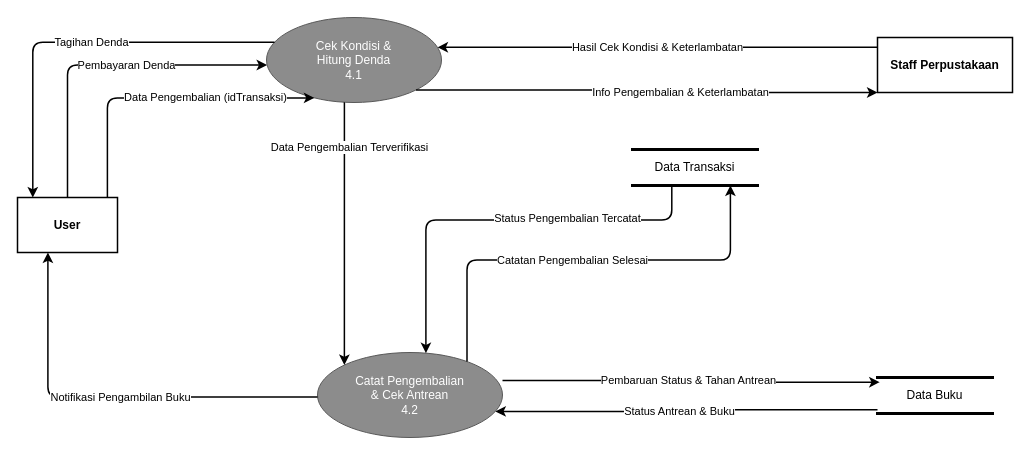
Before: DFD Level 2 — Proses 4.0 (Pengembalian Buku).drawio in ding317/ding317, a draw.io diagram. Source tidied: cells renumbered, new cells numbered last; positions are measured from the earlier drawing's top-left corner, leaving out a move shared by most shapes. Both pictures are drawn from the tidied source at 100%, with x=0, y=0 at pixel (17, 17).
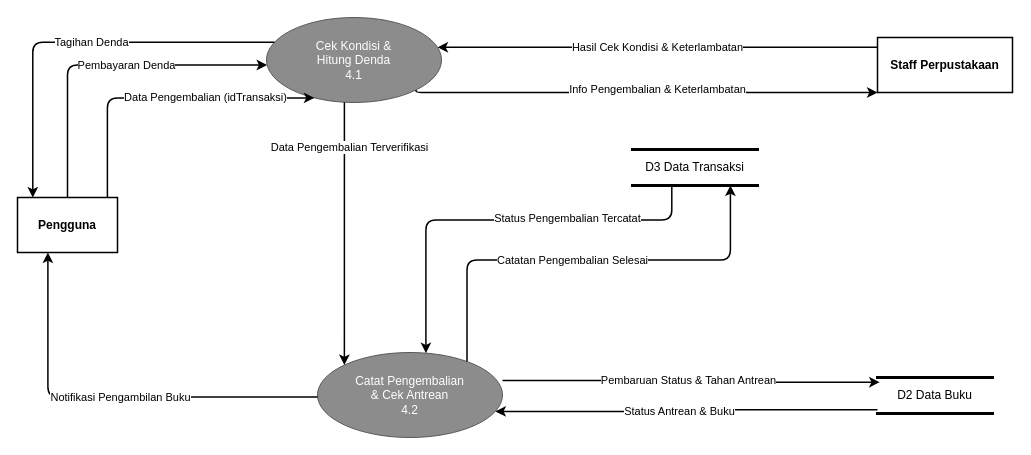
Above is the later version.

The change refers to these unchanged cells:
```xml
<mxCell id="3" value="Staff Perpustakaan" style="rounded=0;whiteSpace=wrap;html=1;fillColor=#FFFFFF;strokeColor=#000000;strokeWidth=1.5;fontColor=#000000;fontSize=12;fontStyle=1;" parent="1" vertex="1">
  <mxGeometry x="860" y="20" width="135" height="55" as="geometry" />
</mxCell>
<mxCell id="4" value="Cek Kondisi &amp;&lt;br&gt;Hitung Denda&lt;br&gt;4.1" style="ellipse;whiteSpace=wrap;html=1;fillColor=#8C8C8C;strokeColor=#595959;fontColor=#FFFFFF;fontSize=12;" parent="1" vertex="1">
  <mxGeometry x="249" width="175" height="85" as="geometry" />
</mxCell>
```

Diff of the diagram source:
```diff
@@
-    <mxCell id="2" value="User" style="rounded=0;whiteSpace=wrap;html=1;fillColor=#FFFFFF;strokeColor=#000000;strokeWidth=1.5;fontColor=#000000;fontSize=12;fontStyle=1;" parent="1" vertex="1">
+    <mxCell id="2" value="Pengguna" style="rounded=0;whiteSpace=wrap;html=1;fillColor=#FFFFFF;strokeColor=#000000;strokeWidth=1.5;fontColor=#000000;fontSize=12;fontStyle=1;" parent="1" vertex="1">
       <mxGeometry y="180" width="100" height="55" as="geometry" />
     </mxCell>
@@
-    <mxCell id="6" value="Data Transaksi" style="shape=partialRectangle;whiteSpace=wrap;html=1;top=1;bottom=1;left=0;right=0;strokeWidth=3;strokeColor=#000000;fillColor=none;fontColor=#000000;fontSize=12;" parent="1" vertex="1">
+    <mxCell id="6" value="D3 Data Transaksi" style="shape=partialRectangle;whiteSpace=wrap;html=1;top=1;bottom=1;left=0;right=0;strokeWidth=3;strokeColor=#000000;fillColor=none;fontColor=#000000;fontSize=12;" parent="1" vertex="1">
       <mxGeometry x="615" y="132" width="125" height="36" as="geometry" />
     </mxCell>
-    <mxCell id="7" value="Data Buku" style="shape=partialRectangle;whiteSpace=wrap;html=1;top=1;bottom=1;left=0;right=0;strokeWidth=3;strokeColor=#000000;fillColor=none;fontColor=#000000;fontSize=12;" parent="1" vertex="1">
+    <mxCell id="7" value="D2 Data Buku" style="shape=partialRectangle;whiteSpace=wrap;html=1;top=1;bottom=1;left=0;right=0;strokeWidth=3;strokeColor=#000000;fillColor=none;fontColor=#000000;fontSize=12;" parent="1" vertex="1">
       <mxGeometry x="860" y="360" width="115" height="36" as="geometry" />
     </mxCell>
@@
     <mxCell id="11" value="Info Pengembalian &amp; Keterlambatan" style="endArrow=classic;html=1;strokeWidth=1.5;strokeColor=#000000;fontColor=#000000;fontSize=11;labelBackgroundColor=#FFFFFF;edgeStyle=orthogonalEdgeStyle;exitX=1;exitY=1;exitDx=0;exitDy=0;entryX=0;entryY=1;entryDx=0;entryDy=0;" parent="1" edge="1" source="4" target="3">
-      <mxGeometry x="0.15" relative="1" as="geometry">
+      <mxGeometry x="0.05" y="3" relative="1" as="geometry">
         <Array as="points">
-          <mxPoint x="652.5" y="75" />
+          <mxPoint x="398.6" y="75" />
         </Array>
       </mxGeometry>
     </mxCell>
```
